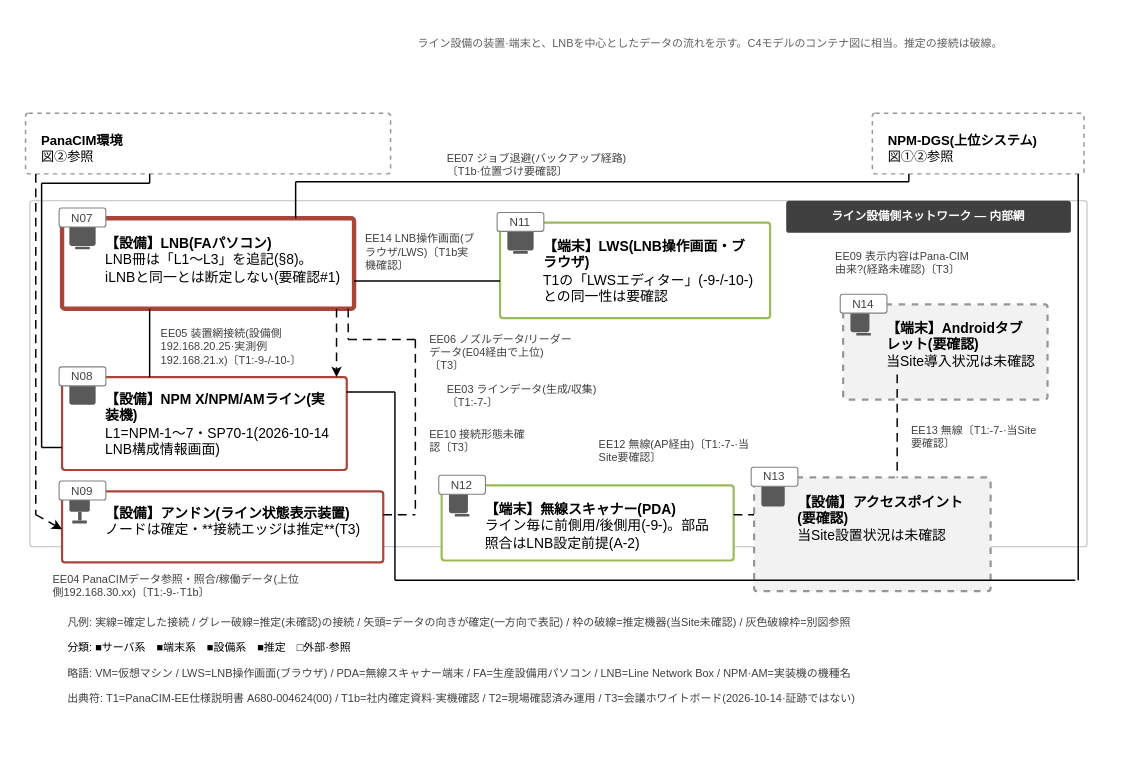
The draw.io diagram page "相関図③" (3 of 3) of 20261102_管理文書用語と相関図/drawio_20261106/相関図_pana_20261106.drawio in nk-shino/work_vault, before the edit. Source tidied: cells renumbered, new cells numbered last; positions are measured from the earlier drawing's top-left corner, leaving out a move shared by most shapes. Both pictures are drawn from the tidied source at 146%, with x=0, y=0 at pixel (25, 23).
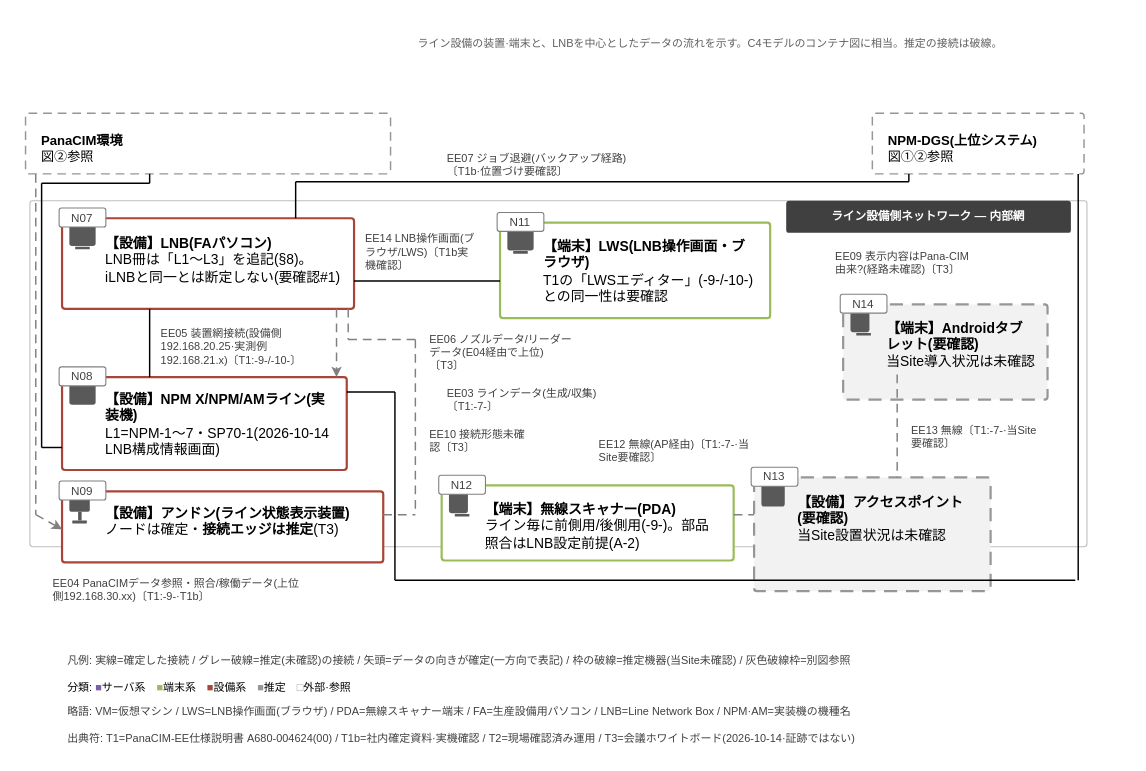
Above is the later version.

What changed in the source:
```diff
@@
-    <mxCell id="5" style="rounded=1;absoluteArcSize=1;arcSize=4;whiteSpace=wrap;html=1;fontFamily=Meiryo UI;fillColor=#FFFFFF;strokeColor=#A94438;strokeWidth=3;" parent="1" vertex="1">
+    <mxCell id="5" style="rounded=1;absoluteArcSize=1;arcSize=4;whiteSpace=wrap;html=1;fontFamily=Meiryo UI;fillColor=#FFFFFF;strokeColor=#A94438;strokeWidth=1.5;" parent="1" vertex="1">
       <mxGeometry x="25" y="133" width="200" height="62" as="geometry" />
     </mxCell>
@@
-    <mxCell id="23" value="&lt;b&gt;【設備】アンドン(ライン状態表示装置)&lt;/b&gt;&lt;br&gt;ノードは確定・**接続エッジは推定**(T3)" style="text;html=1;whiteSpace=wrap;fontFamily=Meiryo UI;fontSize=9.5;fontColor=#000000;align=left;verticalAlign=top;spacingLeft=2;spacingRight=2;spacingTop=1;spacingBottom=1;" parent="1" vertex="1">
-      <mxGeometry x="51" y="322.4" width="188" height="44.3" as="geometry" />
+    <mxCell id="23" value="&lt;b&gt;【設備】アンドン(ライン状態表示装置)&lt;/b&gt;&lt;br&gt;ノードは確定・&lt;b&gt;接続エッジは推定&lt;/b&gt;(T3)" style="text;html=1;whiteSpace=wrap;fontFamily=Meiryo UI;fontSize=9.5;fontColor=#000000;align=left;verticalAlign=top;spacingLeft=2;spacingRight=2;spacingTop=1;spacingBottom=1;" parent="1" vertex="1">
+      <mxGeometry x="51" y="322.4" width="192" height="44.3" as="geometry" />
     </mxCell>
@@
-    <mxCell id="30" style="rounded=1;absoluteArcSize=1;arcSize=4;whiteSpace=wrap;html=1;fontFamily=Meiryo UI;fillColor=#F2F2F2;strokeColor=#969696;strokeWidth=1.5;dashed=1;" parent="1" vertex="1">
+    <mxCell id="30" style="rounded=1;absoluteArcSize=1;arcSize=4;whiteSpace=wrap;html=1;fontFamily=Meiryo UI;fillColor=#F2F2F2;strokeColor=#969696;strokeWidth=1.5;dashed=1;dashPattern=6 4;" parent="1" vertex="1">
       <mxGeometry x="499" y="310.5" width="162" height="77.9" as="geometry" />
     </mxCell>
@@
-    <mxCell id="34" style="rounded=1;absoluteArcSize=1;arcSize=4;whiteSpace=wrap;html=1;fontFamily=Meiryo UI;fillColor=#F2F2F2;strokeColor=#969696;strokeWidth=1.5;dashed=1;" parent="1" vertex="1">
+    <mxCell id="34" style="rounded=1;absoluteArcSize=1;arcSize=4;whiteSpace=wrap;html=1;fontFamily=Meiryo UI;fillColor=#F2F2F2;strokeColor=#969696;strokeWidth=1.5;dashed=1;dashPattern=6 4;" parent="1" vertex="1">
       <mxGeometry x="560" y="192" width="140" height="65.2" as="geometry" />
     </mxCell>
@@
-    <mxCell id="39" style="rounded=1;absoluteArcSize=1;arcSize=4;whiteSpace=wrap;html=1;fontFamily=Meiryo UI;fillColor=#FFFFFF;strokeColor=#969696;strokeWidth=1;dashed=1;" parent="1" vertex="1">
+    <mxCell id="39" style="rounded=1;absoluteArcSize=1;arcSize=4;whiteSpace=wrap;html=1;fontFamily=Meiryo UI;fillColor=#FFFFFF;strokeColor=#969696;strokeWidth=1;dashed=1;dashPattern=6 4;" parent="1" vertex="1">
       <mxGeometry y="61" width="250" height="41.6" as="geometry" />
     </mxCell>
@@
-    <mxCell id="41" style="rounded=1;absoluteArcSize=1;arcSize=4;whiteSpace=wrap;html=1;fontFamily=Meiryo UI;fillColor=#FFFFFF;strokeColor=#969696;strokeWidth=1;dashed=1;" parent="1" vertex="1">
+    <mxCell id="41" style="rounded=1;absoluteArcSize=1;arcSize=4;whiteSpace=wrap;html=1;fontFamily=Meiryo UI;fillColor=#FFFFFF;strokeColor=#969696;strokeWidth=1;dashed=1;dashPattern=6 4;" parent="1" vertex="1">
       <mxGeometry x="580" y="61" width="145" height="41.6" as="geometry" />
     </mxCell>
@@
     <mxCell id="43" value="EE03 ラインデータ(生成/収集)〔T1:-7-〕" style="text;html=1;whiteSpace=wrap;fontFamily=Meiryo UI;fontSize=7.5;fontColor=#404040;align=left;verticalAlign=top;spacingLeft=2;spacingRight=2;spacingTop=1;spacingBottom=1;" parent="1" vertex="1">
-      <mxGeometry x="285" y="237.5" width="110" height="26" as="geometry" />
+      <mxGeometry x="285" y="240.5" width="110" height="26" as="geometry" />
     </mxCell>
@@
     <mxCell id="48" value="EE04 PanaCIMデータ参照・照合/稼働データ(上位側192.168.30.xx)〔T1:-9-·T1b〕" style="text;html=1;whiteSpace=wrap;fontFamily=Meiryo UI;fontSize=7.5;fontColor=#404040;align=left;verticalAlign=top;spacingLeft=2;spacingRight=2;spacingTop=1;spacingBottom=1;" parent="1" vertex="1">
-      <mxGeometry x="15" y="367.8" width="180" height="26" as="geometry" />
+      <mxGeometry x="15" y="370.8" width="180" height="26" as="geometry" />
     </mxCell>
@@
-    <mxCell id="51" style="html=1;strokeColor=#000000;strokeWidth=1;dashed=1;dashPattern=6 4;endArrow=classic;endSize=4;" parent="1" edge="1">
+    <mxCell id="51" style="html=1;strokeColor=#808080;strokeWidth=1;dashed=1;dashPattern=6 4;endArrow=classic;endSize=4;" parent="1" edge="1">
       <mxGeometry relative="1" as="geometry">
         <mxPoint x="213" y="195" as="sourcePoint" />
         <mxPoint x="213" y="241.8" as="targetPoint" />
       </mxGeometry>
     </mxCell>
@@
-    <mxCell id="57" style="html=1;strokeColor=#000000;strokeWidth=1;dashed=1;dashPattern=6 4;endArrow=none;" parent="1" edge="1">
+    <mxCell id="57" style="html=1;strokeColor=#808080;strokeWidth=1;dashed=1;dashPattern=6 4;endArrow=none;" parent="1" edge="1">
       <mxGeometry relative="1" as="geometry">
         <mxPoint x="7" y="102.6" as="sourcePoint" />
         <mxPoint x="7" y="336" as="targetPoint" />
       </mxGeometry>
     </mxCell>
-    <mxCell id="58" style="html=1;strokeColor=#000000;strokeWidth=1;dashed=1;dashPattern=6 4;endArrow=classic;endSize=4;" parent="1" edge="1">
+    <mxCell id="58" style="html=1;strokeColor=#808080;strokeWidth=1;dashed=1;dashPattern=6 4;endArrow=classic;endSize=4;" parent="1" edge="1">
       <mxGeometry relative="1" as="geometry">
         <mxPoint x="7" y="336" as="sourcePoint" />
         <mxPoint x="25" y="346" as="targetPoint" />
       </mxGeometry>
     </mxCell>
@@
-    <mxCell id="60" style="html=1;strokeColor=#000000;strokeWidth=1;dashed=1;dashPattern=6 4;endArrow=none;" parent="1" edge="1">
+    <mxCell id="60" style="html=1;strokeColor=#808080;strokeWidth=1;dashed=1;dashPattern=6 4;endArrow=none;" parent="1" edge="1">
       <mxGeometry relative="1" as="geometry">
         <mxPoint x="221" y="195" as="sourcePoint" />
         <mxPoint x="221" y="216" as="targetPoint" />
       </mxGeometry>
     </mxCell>
-    <mxCell id="61" style="html=1;strokeColor=#000000;strokeWidth=1;dashed=1;dashPattern=6 4;endArrow=none;" parent="1" edge="1">
+    <mxCell id="61" style="html=1;strokeColor=#808080;strokeWidth=1;dashed=1;dashPattern=6 4;endArrow=none;" parent="1" edge="1">
       <mxGeometry relative="1" as="geometry">
         <mxPoint x="221" y="216" as="sourcePoint" />
         <mxPoint x="267" y="216" as="targetPoint" />
       </mxGeometry>
     </mxCell>
-    <mxCell id="62" style="html=1;strokeColor=#000000;strokeWidth=1;dashed=1;dashPattern=6 4;endArrow=none;" parent="1" edge="1">
+    <mxCell id="62" style="html=1;strokeColor=#808080;strokeWidth=1;dashed=1;dashPattern=6 4;endArrow=none;" parent="1" edge="1">
       <mxGeometry relative="1" as="geometry">
         <mxPoint x="267" y="216" as="sourcePoint" />
         <mxPoint x="267" y="336" as="targetPoint" />
       </mxGeometry>
     </mxCell>
-    <mxCell id="63" style="html=1;strokeColor=#000000;strokeWidth=1;dashed=1;dashPattern=6 4;endArrow=none;" parent="1" edge="1">
+    <mxCell id="63" style="html=1;strokeColor=#808080;strokeWidth=1;dashed=1;dashPattern=6 4;endArrow=none;" parent="1" edge="1">
       <mxGeometry relative="1" as="geometry">
         <mxPoint x="245" y="336" as="sourcePoint" />
         <mxPoint x="267" y="336" as="targetPoint" />
       </mxGeometry>
     </mxCell>
@@
-    <mxCell id="65" style="html=1;strokeColor=#000000;strokeWidth=1;dashed=1;dashPattern=6 4;endArrow=none;" parent="1" edge="1">
+    <mxCell id="65" style="html=1;strokeColor=#808080;strokeWidth=1;dashed=1;dashPattern=6 4;endArrow=none;" parent="1" edge="1">
       <mxGeometry relative="1" as="geometry">
         <mxPoint x="485" y="336" as="sourcePoint" />
         <mxPoint x="499" y="336" as="targetPoint" />
       </mxGeometry>
     </mxCell>
@@
-    <mxCell id="67" style="html=1;strokeColor=#000000;strokeWidth=1;dashed=1;dashPattern=6 4;endArrow=none;" parent="1" edge="1">
+    <mxCell id="67" style="html=1;strokeColor=#808080;strokeWidth=1;dashed=1;dashPattern=6 4;endArrow=none;" parent="1" edge="1">
       <mxGeometry relative="1" as="geometry">
         <mxPoint x="597" y="240" as="sourcePoint" />
         <mxPoint x="597" y="310.5" as="targetPoint" />
       </mxGeometry>
     </mxCell>
@@
     <mxCell id="71" value="凡例: 実線=確定した接続 / グレー破線=推定(未確認)の接続 / 矢頭=データの向きが確定(一方向で表記) / 枠の破線=推定機器(当Site未確認) / 灰色破線枠=別図参照" style="text;html=1;whiteSpace=wrap;fontFamily=Meiryo UI;fontSize=7.5;fontColor=#404040;align=left;verticalAlign=top;spacingLeft=2;spacingRight=2;spacingTop=1;spacingBottom=1;" parent="1" vertex="1">
-      <mxGeometry x="25" y="397.6" width="700" height="13.5" as="geometry" />
+      <mxGeometry x="25" y="424.2" width="700" height="13.5" as="geometry" />
     </mxCell>
-    <mxCell id="72" value="分類: ■サーバ系　■端末系　■設備系　■推定　□外部·参照" style="text;html=1;whiteSpace=wrap;fontFamily=Meiryo UI;fontSize=7.5;fontColor=#000000;align=left;verticalAlign=top;spacingLeft=2;spacingRight=2;spacingTop=1;spacingBottom=1;" parent="1" vertex="1">
-      <mxGeometry x="25" y="415.1" width="700" height="13.5" as="geometry" />
+    <mxCell id="72" value="分類: &lt;font color=&quot;#7B5FA3&quot;&gt;■&lt;/font&gt;サーバ系　&lt;font color=&quot;#9BBB59&quot;&gt;■&lt;/font&gt;端末系　&lt;font color=&quot;#A94438&quot;&gt;■&lt;/font&gt;設備系　&lt;font color=&quot;#969696&quot;&gt;■&lt;/font&gt;推定　&lt;font color=&quot;#969696&quot;&gt;□&lt;/font&gt;外部·参照" style="text;html=1;whiteSpace=wrap;fontFamily=Meiryo UI;fontSize=7.5;fontColor=#000000;align=left;verticalAlign=top;spacingLeft=2;spacingRight=2;spacingTop=1;spacingBottom=1;" parent="1" vertex="1">
+      <mxGeometry x="25" y="441.7" width="700" height="13.5" as="geometry" />
     </mxCell>
     <mxCell id="73" value="略語: VM=仮想マシン / LWS=LNB操作画面(ブラウザ) / PDA=無線スキャナー端末 / FA=生産設備用パソコン / LNB=Line Network Box / NPM·AM=実装機の機種名" style="text;html=1;whiteSpace=wrap;fontFamily=Meiryo UI;fontSize=7.5;fontColor=#404040;align=left;verticalAlign=top;spacingLeft=2;spacingRight=2;spacingTop=1;spacingBottom=1;" parent="1" vertex="1">
-      <mxGeometry x="25" y="432.6" width="700" height="13.5" as="geometry" />
+      <mxGeometry x="25" y="459.2" width="700" height="13.5" as="geometry" />
     </mxCell>
     <mxCell id="74" value="出典符: T1=PanaCIM-EE仕様説明書 A680-004624(00) / T1b=社内確定資料·実機確認 / T2=現場確認済み運用 / T3=会議ホワイトボード(2026-10-14·証跡ではない)" style="text;html=1;whiteSpace=wrap;fontFamily=Meiryo UI;fontSize=7.5;fontColor=#404040;align=left;verticalAlign=top;spacingLeft=2;spacingRight=2;spacingTop=1;spacingBottom=1;" parent="1" vertex="1">
-      <mxGeometry x="25" y="450.2" width="700" height="13.5" as="geometry" />
+      <mxGeometry x="25" y="476.8" width="700" height="13.5" as="geometry" />
     </mxCell>
```
